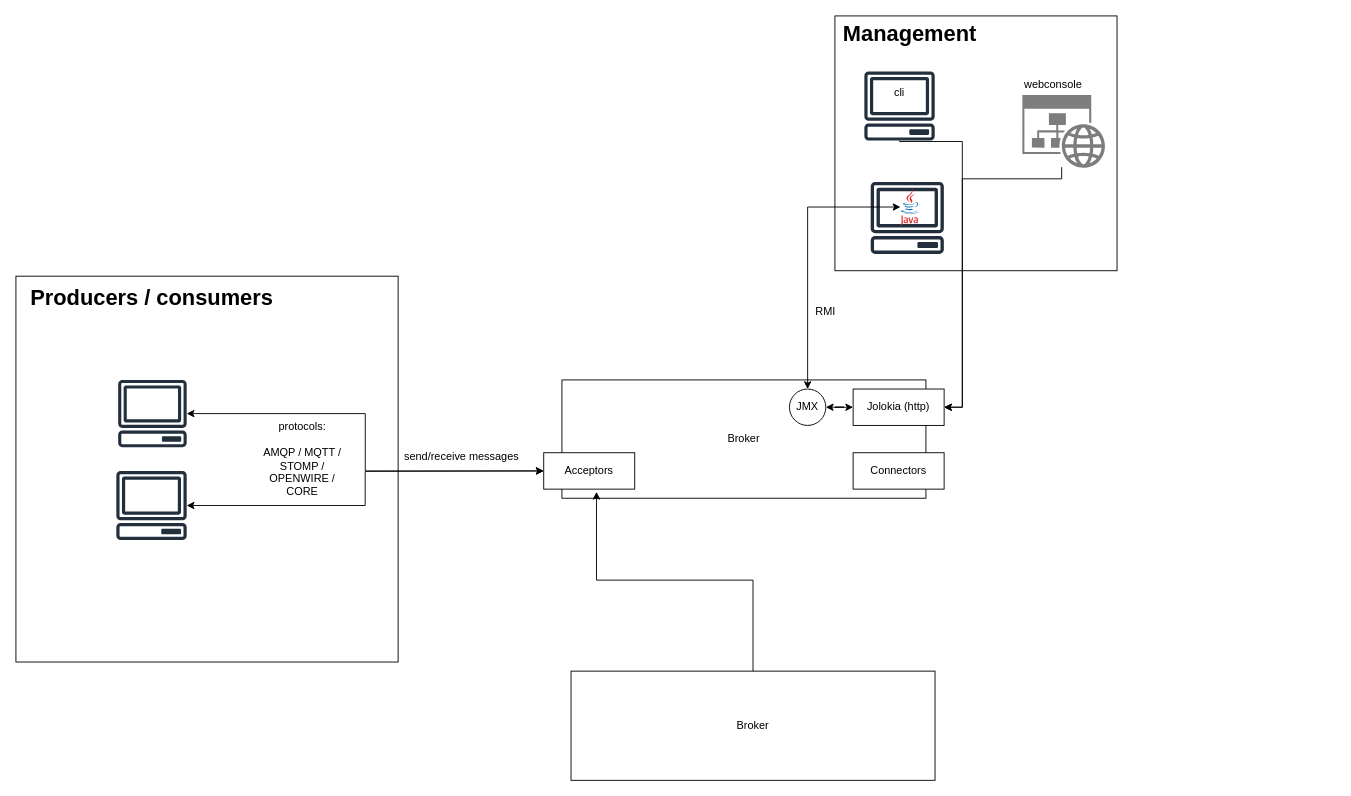
The draw.io diagram broker_block_diagram.drawio in lavocatt/draw.io.diagrams, before the edit. Source tidied: cells renumbered, new cells numbered last; positions are measured from the earlier drawing's top-left corner, leaving out a move shared by most shapes. Both pictures are drawn from the tidied source at 91%, with x=0, y=0 at pixel (15, 15).
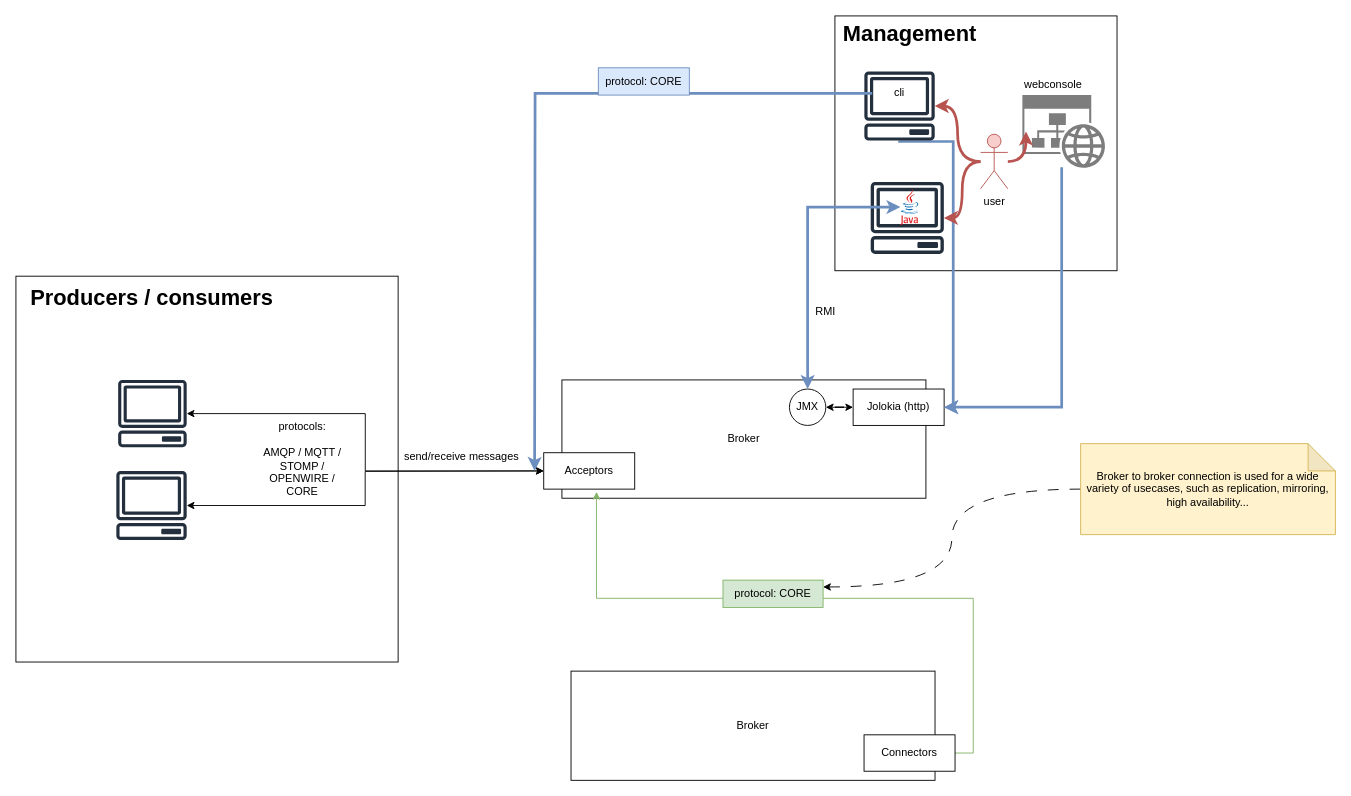
After the change.

The change refers to these unchanged cells:
```xml
<mxCell id="3" style="sketch=0;outlineConnect=0;fontColor=#232F3E;gradientColor=none;fillColor=#232F3D;strokeColor=none;dashed=0;verticalLabelPosition=bottom;verticalAlign=top;align=center;html=1;fontSize=12;fontStyle=0;shape=mxgraph.aws4.client;" parent="1" vertex="1">
  <mxGeometry x="939" y="182.5" width="81" height="79" as="geometry" />
</mxCell>
<mxCell id="6" value="Acceptors" style="whiteSpace=wrap;html=1;align=center;" parent="1" vertex="1">
  <mxGeometry x="580" y="480" width="100" height="40" as="geometry" />
</mxCell>
<mxCell id="14" value="Jolokia (http)" style="whiteSpace=wrap;html=1;align=center;" parent="1" vertex="1">
  <mxGeometry x="920" y="410" width="100" height="40" as="geometry" />
</mxCell>
<mxCell id="16" value="JMX" style="ellipse;whiteSpace=wrap;html=1;" parent="1" vertex="1">
  <mxGeometry x="850" y="410" width="40" height="40" as="geometry" />
</mxCell>
<mxCell id="18" style="sketch=0;outlineConnect=0;fontColor=#232F3E;gradientColor=none;fillColor=#232F3D;strokeColor=none;dashed=0;verticalLabelPosition=bottom;verticalAlign=top;align=center;html=1;fontSize=12;fontStyle=0;shape=mxgraph.aws4.client;" parent="1" vertex="1">
  <mxGeometry x="932" y="61" width="78" height="76" as="geometry" />
</mxCell>
<mxCell id="19" value="&lt;div&gt;Broker&lt;/div&gt;" style="whiteSpace=wrap;html=1;align=center;" parent="1" vertex="1">
  <mxGeometry x="610" y="720" width="400" height="120" as="geometry" />
</mxCell>
<mxCell id="23" style="sketch=0;shadow=0;dashed=0;html=1;strokeColor=none;labelPosition=center;verticalLabelPosition=bottom;verticalAlign=top;align=center;shape=mxgraph.mscae.enterprise.website_generic;fillColor=#7D7D7D;" parent="1" vertex="1">
  <mxGeometry x="1106" y="87" width="90.9" height="80" as="geometry" />
</mxCell>
<mxCell id="25" value="cli" style="text;html=1;align=center;verticalAlign=middle;whiteSpace=wrap;rounded=0;" parent="1" vertex="1">
  <mxGeometry x="941" y="70" width="60" height="30" as="geometry" />
</mxCell>
<mxCell id="27" style="dashed=0;outlineConnect=0;html=1;align=center;labelPosition=center;verticalLabelPosition=bottom;verticalAlign=top;shape=mxgraph.weblogos.java;" parent="1" vertex="1">
  <mxGeometry x="972" y="190" width="20" height="40" as="geometry" />
</mxCell>
```

Diff of the diagram source:
```diff
@@
-    <mxCell id="7" value="Connectors" style="whiteSpace=wrap;html=1;align=center;" parent="1" vertex="1">
-      <mxGeometry x="920" y="480" width="100" height="40" as="geometry" />
-    </mxCell>
@@
-    <mxCell id="17" style="edgeStyle=orthogonalEdgeStyle;rounded=0;jettySize=auto;html=1;entryX=1;entryY=0.5;entryDx=0;entryDy=0;" parent="1" edge="1" source="18" target="14">
+    <mxCell id="17" style="edgeStyle=orthogonalEdgeStyle;rounded=0;jettySize=auto;html=1;entryX=1;entryY=0.5;entryDx=0;entryDy=0;fillColor=#dae8fc;strokeColor=#6c8ebf;strokeWidth=3;" parent="1" edge="1" source="18" target="14">
       <mxGeometry relative="1" as="geometry">
         <Array as="points">
-          <mxPoint x="1040" y="138" />
-          <mxPoint x="1040" y="430" />
+          <mxPoint x="971" y="138" />
+          <mxPoint x="1030" y="138" />
+          <mxPoint x="1030" y="430" />
         </Array>
       </mxGeometry>
     </mxCell>
@@
-    <mxCell id="22" style="edgeStyle=orthogonalEdgeStyle;rounded=0;jettySize=auto;html=1;entryX=1;entryY=0.5;entryDx=0;entryDy=0;exitX=0.475;exitY=0.99;exitDx=0;exitDy=0;exitPerimeter=0;" parent="1" edge="1" source="23" target="14">
+    <mxCell id="22" style="edgeStyle=orthogonalEdgeStyle;rounded=0;jettySize=auto;html=1;entryX=1;entryY=0.5;entryDx=0;entryDy=0;exitX=0.475;exitY=0.99;exitDx=0;exitDy=0;exitPerimeter=0;fillColor=#dae8fc;strokeColor=#6c8ebf;strokeWidth=3;" parent="1" edge="1" source="23" target="14">
       <mxGeometry relative="1" as="geometry">
         <Array as="points">
-          <mxPoint x="1040" y="179" />
-          <mxPoint x="1040" y="430" />
+          <mxPoint x="1149" y="430" />
         </Array>
       </mxGeometry>
     </mxCell>
@@
+    <mxCell id="30" style="edgeStyle=orthogonalEdgeStyle;rounded=0;jettySize=auto;html=1;fillColor=#dae8fc;strokeColor=#6c8ebf;strokeWidth=3;" parent="1" edge="1" source="25">
+      <mxGeometry relative="1" as="geometry">
+        <mxPoint x="570" y="500" as="targetPoint" />
+      </mxGeometry>
+    </mxCell>
@@
-    <mxCell id="26" style="edgeStyle=orthogonalEdgeStyle;rounded=0;jettySize=auto;html=1;startArrow=classic;startFill=1;" parent="1" edge="1" source="27" target="16">
+    <mxCell id="26" style="edgeStyle=orthogonalEdgeStyle;rounded=0;jettySize=auto;html=1;startArrow=classic;startFill=1;fillColor=#dae8fc;strokeColor=#6c8ebf;strokeWidth=3;" parent="1" edge="1" source="27" target="16">
       <mxGeometry relative="1" as="geometry" />
     </mxCell>
@@
-    <mxCell id="29" style="edgeStyle=orthogonalEdgeStyle;rounded=0;jettySize=auto;html=1;entryX=0.58;entryY=1.075;entryDx=0;entryDy=0;entryPerimeter=0;" parent="1" edge="1" source="19" target="6">
-      <mxGeometry relative="1" as="geometry" />
+    <mxCell id="29" style="edgeStyle=orthogonalEdgeStyle;rounded=0;jettySize=auto;html=1;entryX=0.58;entryY=1.075;entryDx=0;entryDy=0;entryPerimeter=0;exitX=1;exitY=0.5;exitDx=0;exitDy=0;fillColor=#d5e8d4;strokeColor=#82b366;" parent="1" edge="1" source="7" target="6">
+      <mxGeometry relative="1" as="geometry">
+        <Array as="points">
+          <mxPoint x="1052" y="810" />
+          <mxPoint x="1052" y="640" />
+          <mxPoint x="638" y="640" />
+        </Array>
+      </mxGeometry>
     </mxCell>
+    <mxCell id="7" value="Connectors" style="whiteSpace=wrap;html=1;align=center;" parent="1" vertex="1">
+      <mxGeometry x="932" y="790" width="100" height="40" as="geometry" />
+    </mxCell>
+    <mxCell id="31" value="protocol: CORE" style="text;html=1;align=center;verticalAlign=middle;whiteSpace=wrap;rounded=0;fillColor=#d5e8d4;strokeColor=#82b366;" parent="1" vertex="1">
+      <mxGeometry x="777" y="620" width="110" height="30" as="geometry" />
+    </mxCell>
+    <mxCell id="32" value="protocol: CORE" style="text;html=1;align=center;verticalAlign=middle;whiteSpace=wrap;rounded=0;fillColor=#dae8fc;strokeColor=#6c8ebf;" parent="1" vertex="1">
+      <mxGeometry x="640" y="57" width="100" height="30" as="geometry" />
+    </mxCell>
+    <mxCell id="33" style="edgeStyle=orthogonalEdgeStyle;rounded=0;jettySize=auto;html=1;elbow=vertical;curved=1;fillColor=#f8cecc;strokeColor=#b85450;strokeWidth=3;" parent="1" edge="1" source="36" target="18">
+      <mxGeometry relative="1" as="geometry" />
+    </mxCell>
+    <mxCell id="34" style="edgeStyle=orthogonalEdgeStyle;rounded=0;jettySize=auto;html=1;curved=1;fillColor=#f8cecc;strokeColor=#b85450;strokeWidth=3;" parent="1" edge="1" source="36" target="23">
+      <mxGeometry relative="1" as="geometry" />
+    </mxCell>
+    <mxCell id="35" style="edgeStyle=orthogonalEdgeStyle;rounded=0;jettySize=auto;html=1;curved=1;fillColor=#f8cecc;strokeColor=#b85450;strokeWidth=3;" parent="1" edge="1" source="36" target="3">
+      <mxGeometry relative="1" as="geometry" />
+    </mxCell>
+    <mxCell id="36" value="user" style="shape=umlActor;verticalLabelPosition=bottom;verticalAlign=top;html=1;outlineConnect=0;fillColor=#f8cecc;strokeColor=#b85450;" parent="1" vertex="1">
+      <mxGeometry x="1060" y="130" width="30" height="60" as="geometry" />
+    </mxCell>
+    <mxCell id="37" style="edgeStyle=orthogonalEdgeStyle;rounded=0;jettySize=auto;html=1;entryX=1;entryY=0.25;entryDx=0;entryDy=0;curved=1;dashed=1;dashPattern=12 12;" parent="1" edge="1" source="38" target="31">
+      <mxGeometry relative="1" as="geometry" />
+    </mxCell>
+    <mxCell id="38" value="Broker to broker connection is used for a wide variety of usecases, such as replication, mirroring, high availability..." style="shape=note;whiteSpace=wrap;html=1;backgroundOutline=1;darkOpacity=0.05;fillColor=#fff2cc;strokeColor=#d6b656;" parent="1" vertex="1">
+      <mxGeometry x="1170" y="470" width="280" height="100" as="geometry" />
+    </mxCell>
```
